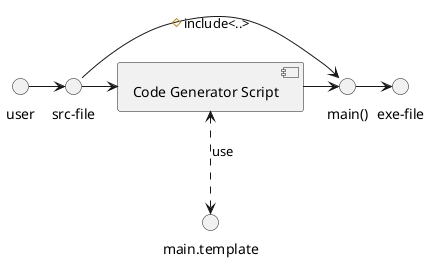
Before: images/codeGenDiagram.png, a diagram exported from PlantUML (catinella/minute).
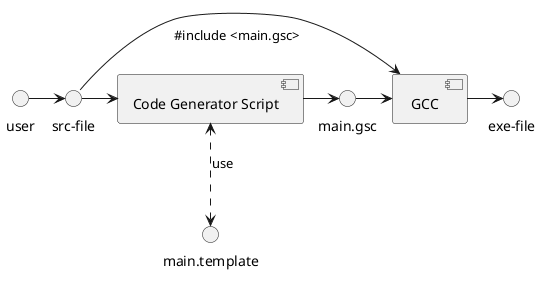
Later version of the same file.

Commit message:
Better diagram

Change to the diagram source:
```diff
@@ -1,10 +1,11 @@
 @startuml
 skinparam style strictuml
 
-user                    -r-------> "src-file"
-"src-file"                   --right--> [Code Generator Script]
+user                    --r---> "src-file"
+"src-file"              --r---> [Code Generator Script]
 [Code Generator Script] <.down.> "main.template": use
-[Code Generator Script] --right--> "main()"
-"main()"                --right--> "exe-file"
-"src-file"                   --right--> "main()": "#include<..>"
+[Code Generator Script] --r---> "main.gsc"
+"main.gsc"              --r---> [ GCC ]
+"src-file"              --r---> [ GCC ] : "\n#include <main.gsc>"
+[ GCC ]                 --r---> "exe-file"
 @enduml
```
